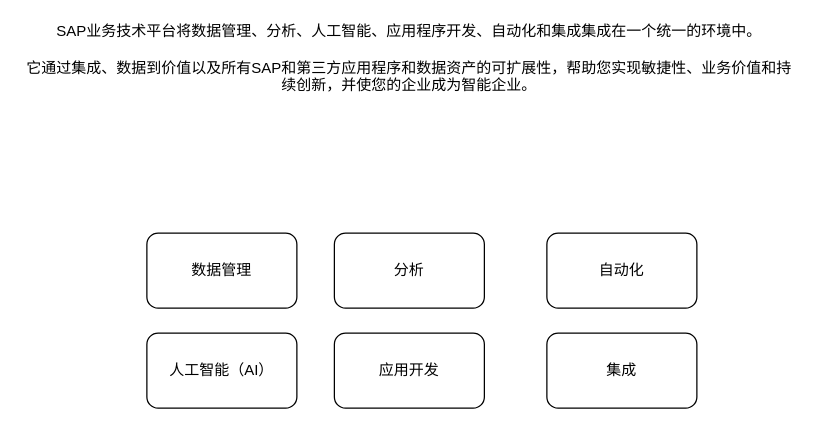
alvin-zj/MyUml keeps this draw.io diagram as design-uml/src/main/SAP Diagram.drawio. Above is the earlier version. Source tidied: cells renumbered, new cells numbered last; positions are measured from the earlier drawing's top-left corner, leaving out a move shared by most shapes. Both pictures are drawn from the tidied source at 125%, with x=0, y=0 at pixel (21, 32).
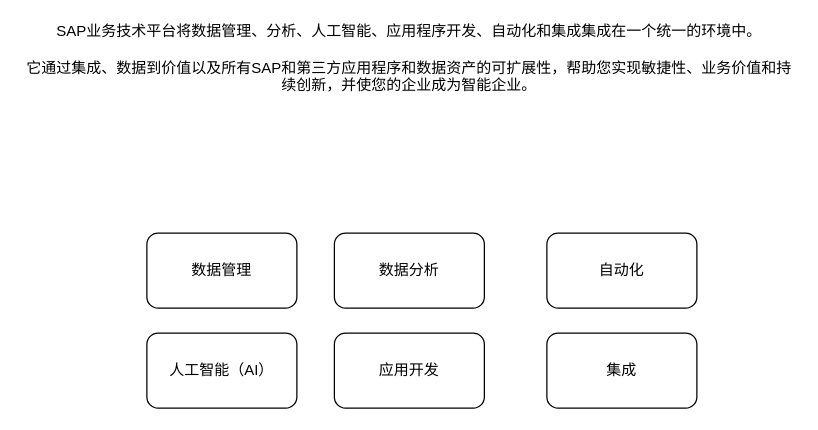
The same diagram, later.

Diff of the diagram source:
```diff
@@
 <mxGraphModel>
   <root>
     <mxCell id="0" />
     <mxCell id="1" parent="0" />
     <mxCell id="2" value="&lt;div&gt;SAP业务技术平台将数据管理、分析、人工智能、应用程序开发、自动化和集成集成在一个统一的环境中。&lt;/div&gt;&lt;div&gt;&lt;br&gt;&lt;/div&gt;&lt;div&gt;它通过集成、数据到价值以及所有SAP和第三方应用程序和数据资产的可扩展性，帮助您实现敏捷性、业务价值和持续创新，并使您的企业成为智能企业。&lt;/div&gt;" style="text;html=1;whiteSpace=wrap;strokeColor=none;fillColor=none;align=center;verticalAlign=middle;rounded=0;" parent="1" vertex="1">
       <mxGeometry width="620" height="40" as="geometry" />
     </mxCell>
     <mxCell id="3" value="数据管理" style="rounded=1;whiteSpace=wrap;html=1;" parent="1" vertex="1">
       <mxGeometry x="100" y="160" width="120" height="60" as="geometry" />
     </mxCell>
-    <mxCell id="4" value="分析" style="rounded=1;whiteSpace=wrap;html=1;" parent="1" vertex="1">
+    <mxCell id="4" value="数据分析" style="rounded=1;whiteSpace=wrap;html=1;" parent="1" vertex="1">
       <mxGeometry x="250" y="160" width="120" height="60" as="geometry" />
     </mxCell>
     <mxCell id="5" value="人工智能（AI）" style="rounded=1;whiteSpace=wrap;html=1;" parent="1" vertex="1">
       <mxGeometry x="100" y="240" width="120" height="60" as="geometry" />
     </mxCell>
     <mxCell id="6" value="应用开发" style="rounded=1;whiteSpace=wrap;html=1;" parent="1" vertex="1">
       <mxGeometry x="250" y="240" width="120" height="60" as="geometry" />
     </mxCell>
     <mxCell id="7" value="自动化" style="rounded=1;whiteSpace=wrap;html=1;" parent="1" vertex="1">
       <mxGeometry x="420" y="160" width="120" height="60" as="geometry" />
     </mxCell>
     <mxCell id="8" value="集成" style="rounded=1;whiteSpace=wrap;html=1;" parent="1" vertex="1">
       <mxGeometry x="420" y="240" width="120" height="60" as="geometry" />
     </mxCell>
   </root>
 </mxGraphModel>
```
